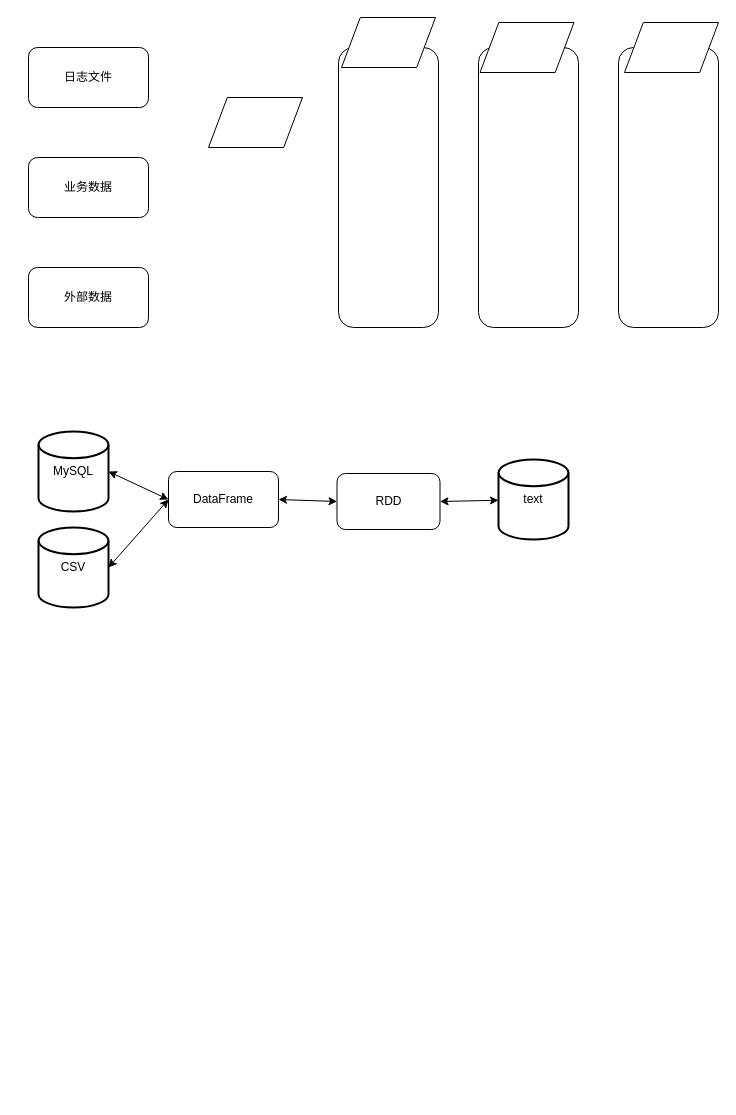
Earlier version of the draw.io diagram bigdataFrame.drawio (lzdong0714/note). Source tidied: cells renumbered, new cells numbered last; positions are measured from the earlier drawing's top-left corner, leaving out a move shared by most shapes. Both pictures are drawn from the tidied source at 100%, with x=0, y=0 at pixel (28, 17).
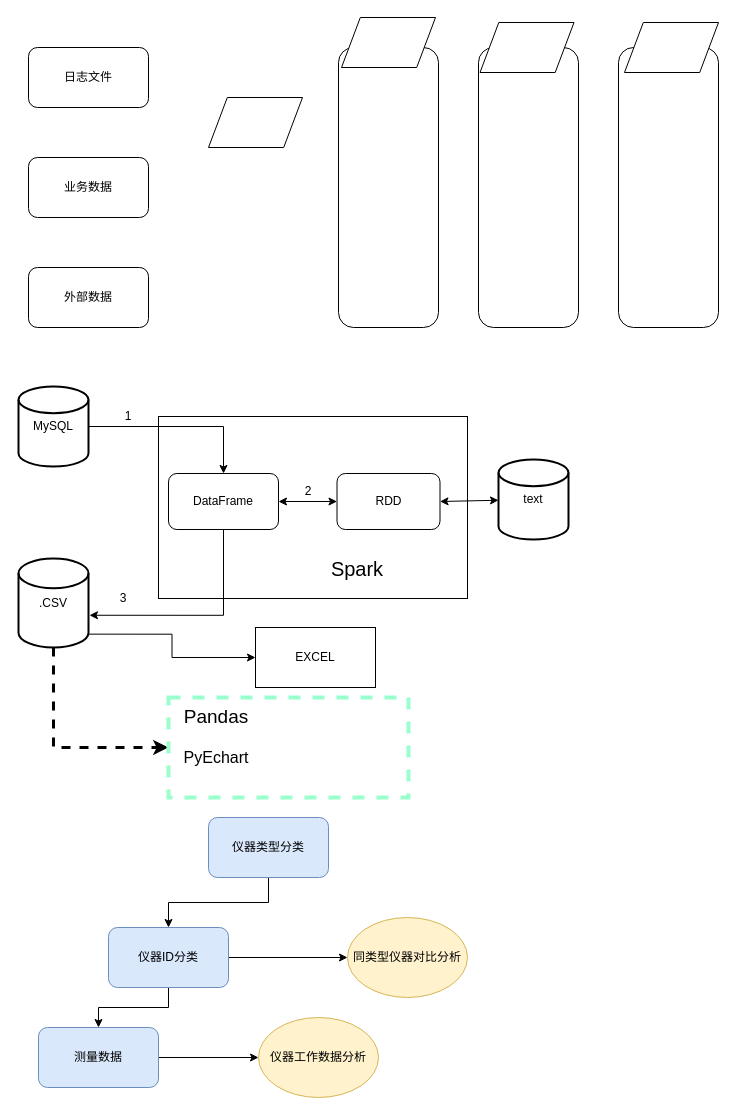
After the change.

Diff of the diagram source:
```diff
@@
+    <mxCell id="21" style="rounded=0;whiteSpace=wrap;html=1;" parent="1" vertex="1">
+      <mxGeometry x="130" y="399" width="309" height="182" as="geometry" />
+    </mxCell>
@@
+    <mxCell id="22" style="edgeStyle=orthogonalEdgeStyle;rounded=0;jettySize=auto;html=1;exitX=1;exitY=0.5;exitDx=0;exitDy=0;exitPerimeter=0;entryX=0.5;entryY=0;entryDx=0;entryDy=0;" parent="1" edge="1" source="12" target="13">
+      <mxGeometry relative="1" as="geometry" />
+    </mxCell>
     <mxCell id="12" value="MySQL" style="strokeWidth=2;html=1;shape=mxgraph.flowchart.database;whiteSpace=wrap;" parent="1" vertex="1">
-      <mxGeometry x="10" y="414" width="70" height="80" as="geometry" />
+      <mxGeometry x="-10" y="369" width="70" height="80" as="geometry" />
     </mxCell>
+    <mxCell id="23" style="edgeStyle=orthogonalEdgeStyle;rounded=0;jettySize=auto;html=1;exitX=0.5;exitY=1;exitDx=0;exitDy=0;entryX=1.014;entryY=0.638;entryDx=0;entryDy=0;entryPerimeter=0;" parent="1" edge="1" source="13" target="15">
+      <mxGeometry relative="1" as="geometry" />
+    </mxCell>
     <mxCell id="13" value="DataFrame" style="rounded=1;whiteSpace=wrap;html=1;" parent="1" vertex="1">
-      <mxGeometry x="140" y="454" width="110" height="56" as="geometry" />
+      <mxGeometry x="140" y="456" width="110" height="56" as="geometry" />
     </mxCell>
@@
+    <mxCell id="24" style="edgeStyle=orthogonalEdgeStyle;rounded=0;jettySize=auto;html=1;entryX=0;entryY=0.5;entryDx=0;entryDy=0;exitX=0.5;exitY=1;exitDx=0;exitDy=0;exitPerimeter=0;dashed=1;strokeWidth=3;" parent="1" edge="1" source="15" target="39">
+      <mxGeometry relative="1" as="geometry" />
+    </mxCell>
+    <mxCell id="25" style="edgeStyle=orthogonalEdgeStyle;rounded=0;jettySize=auto;html=1;exitX=1;exitY=0.85;exitDx=0;exitDy=0;exitPerimeter=0;entryX=0;entryY=0.5;entryDx=0;entryDy=0;strokeWidth=1;" parent="1" edge="1" source="15" target="42">
+      <mxGeometry relative="1" as="geometry" />
+    </mxCell>
-    <mxCell id="15" value="CSV" style="strokeWidth=2;html=1;shape=mxgraph.flowchart.database;whiteSpace=wrap;" parent="1" vertex="1">
-      <mxGeometry x="10" y="510" width="70" height="80" as="geometry" />
+    <mxCell id="15" value=".CSV" style="strokeWidth=2;html=1;shape=mxgraph.flowchart.database;whiteSpace=wrap;" parent="1" vertex="1">
+      <mxGeometry x="-10" y="541" width="70" height="89" as="geometry" />
     </mxCell>
@@
-    <mxCell id="17" style="endArrow=classic;startArrow=classic;html=1;entryX=1;entryY=0.5;entryDx=0;entryDy=0;entryPerimeter=0;exitX=0;exitY=0.5;exitDx=0;exitDy=0;" parent="1" edge="1" source="13" target="12">
-      <mxGeometry relative="1" as="geometry" />
-    </mxCell>
-    <mxCell id="18" style="endArrow=classic;startArrow=classic;html=1;exitX=1;exitY=0.5;exitDx=0;exitDy=0;exitPerimeter=0;entryX=0;entryY=0.5;entryDx=0;entryDy=0;" parent="1" edge="1" source="15" target="13">
-      <mxGeometry relative="1" as="geometry" />
-    </mxCell>
@@
+    <mxCell id="26" value="&lt;font style=&quot;font-size: 20px&quot;&gt;Spark&lt;/font&gt;" style="text;html=1;strokeColor=none;fillColor=none;align=center;verticalAlign=middle;whiteSpace=wrap;rounded=0;" parent="1" vertex="1">
+      <mxGeometry x="308.5" y="541" width="40" height="20" as="geometry" />
+    </mxCell>
+    <mxCell id="27" value="1" style="text;html=1;strokeColor=none;fillColor=none;align=center;verticalAlign=middle;whiteSpace=wrap;rounded=0;" parent="1" vertex="1">
+      <mxGeometry x="80" y="389" width="40" height="20" as="geometry" />
+    </mxCell>
+    <mxCell id="28" style="edgeStyle=orthogonalEdgeStyle;rounded=0;jettySize=auto;html=1;exitX=0.5;exitY=1;exitDx=0;exitDy=0;entryX=0.5;entryY=0;entryDx=0;entryDy=0;" parent="1" edge="1" source="29" target="32">
+      <mxGeometry relative="1" as="geometry" />
+    </mxCell>
+    <mxCell id="29" value="仪器类型分类" style="rounded=1;whiteSpace=wrap;html=1;fillColor=#dae8fc;strokeColor=#6c8ebf;" parent="1" vertex="1">
+      <mxGeometry x="180" y="800" width="120" height="60" as="geometry" />
+    </mxCell>
+    <mxCell id="30" style="edgeStyle=orthogonalEdgeStyle;rounded=0;jettySize=auto;html=1;exitX=0.5;exitY=1;exitDx=0;exitDy=0;entryX=0.5;entryY=0;entryDx=0;entryDy=0;" parent="1" edge="1" source="32" target="34">
+      <mxGeometry relative="1" as="geometry" />
+    </mxCell>
+    <mxCell id="31" style="edgeStyle=orthogonalEdgeStyle;rounded=0;jettySize=auto;html=1;exitX=1;exitY=0.5;exitDx=0;exitDy=0;" parent="1" edge="1" source="32" target="35">
+      <mxGeometry relative="1" as="geometry" />
+    </mxCell>
+    <mxCell id="32" value="仪器ID分类" style="rounded=1;whiteSpace=wrap;html=1;fillColor=#dae8fc;strokeColor=#6c8ebf;" parent="1" vertex="1">
+      <mxGeometry x="80" y="910" width="120" height="60" as="geometry" />
+    </mxCell>
+    <mxCell id="33" style="edgeStyle=orthogonalEdgeStyle;rounded=0;jettySize=auto;html=1;exitX=1;exitY=0.5;exitDx=0;exitDy=0;entryX=0;entryY=0.5;entryDx=0;entryDy=0;" parent="1" edge="1" source="34" target="36">
+      <mxGeometry relative="1" as="geometry" />
+    </mxCell>
+    <mxCell id="34" value="测量数据" style="rounded=1;whiteSpace=wrap;html=1;fillColor=#dae8fc;strokeColor=#6c8ebf;" parent="1" vertex="1">
+      <mxGeometry x="10" y="1010" width="120" height="60" as="geometry" />
+    </mxCell>
+    <mxCell id="35" value="同类型仪器对比分析" style="ellipse;whiteSpace=wrap;html=1;fillColor=#fff2cc;strokeColor=#d6b656;" parent="1" vertex="1">
+      <mxGeometry x="319" y="900" width="120" height="80" as="geometry" />
+    </mxCell>
+    <mxCell id="36" value="仪器工作数据分析" style="ellipse;whiteSpace=wrap;html=1;fillColor=#fff2cc;strokeColor=#d6b656;" parent="1" vertex="1">
+      <mxGeometry x="230" y="1000" width="120" height="80" as="geometry" />
+    </mxCell>
+    <mxCell id="37" value="2" style="text;html=1;strokeColor=none;fillColor=none;align=center;verticalAlign=middle;whiteSpace=wrap;rounded=0;" parent="1" vertex="1">
+      <mxGeometry x="259.5" y="464" width="40" height="20" as="geometry" />
+    </mxCell>
+    <mxCell id="38" value="3" style="text;html=1;strokeColor=none;fillColor=none;align=center;verticalAlign=middle;whiteSpace=wrap;rounded=0;" parent="1" vertex="1">
+      <mxGeometry x="75" y="571" width="40" height="20" as="geometry" />
+    </mxCell>
+    <mxCell id="39" style="rounded=0;whiteSpace=wrap;html=1;dashed=1;strokeColor=#99FFCC;strokeWidth=4;" parent="1" vertex="1">
+      <mxGeometry x="140" y="680" width="240" height="100" as="geometry" />
+    </mxCell>
+    <mxCell id="40" value="&lt;font style=&quot;font-size: 19px&quot;&gt;Pandas&lt;/font&gt;" style="text;html=1;align=center;verticalAlign=middle;whiteSpace=wrap;rounded=0;dashed=1;" parent="1" vertex="1">
+      <mxGeometry x="163" y="690" width="50" height="20" as="geometry" />
+    </mxCell>
+    <mxCell id="41" value="&lt;font style=&quot;font-size: 16px&quot;&gt;PyEchart&lt;/font&gt;" style="text;html=1;strokeColor=none;fillColor=none;align=center;verticalAlign=middle;whiteSpace=wrap;rounded=0;dashed=1;" parent="1" vertex="1">
+      <mxGeometry x="168" y="730" width="40" height="20" as="geometry" />
+    </mxCell>
+    <mxCell id="42" value="EXCEL" style="rounded=0;whiteSpace=wrap;html=1;strokeColor=#000000;strokeWidth=1;" parent="1" vertex="1">
+      <mxGeometry x="227" y="610" width="120" height="60" as="geometry" />
+    </mxCell>
```
